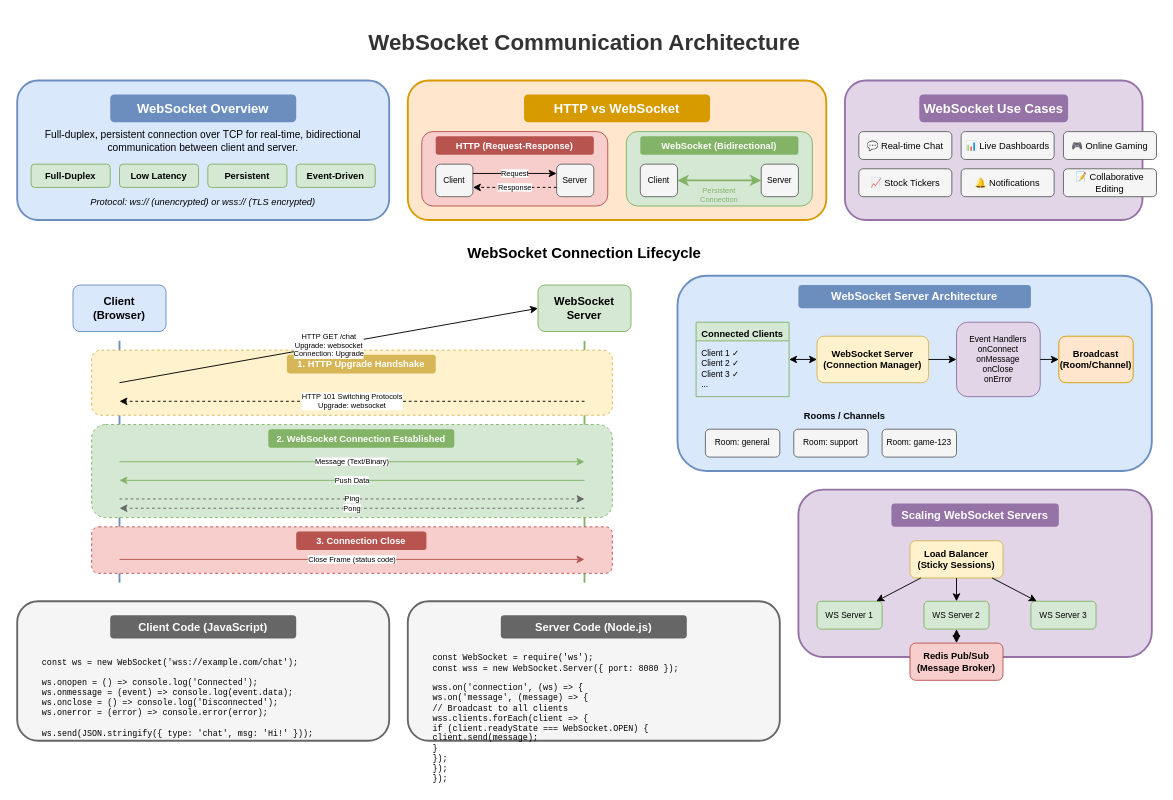
The draw.io diagram lesson-01-software-design-architecture/diagrams/4.4-websocket-flow.drawio in MrParkerZ7/document-lesson-software-architect-x-claude, before the edit. Source tidied: cells renumbered, new cells numbered last; positions are measured from the earlier drawing's top-left corner, leaving out a move shared by most shapes. Both pictures are drawn from the tidied source at 93%, with x=0, y=0 at pixel (17, 24).
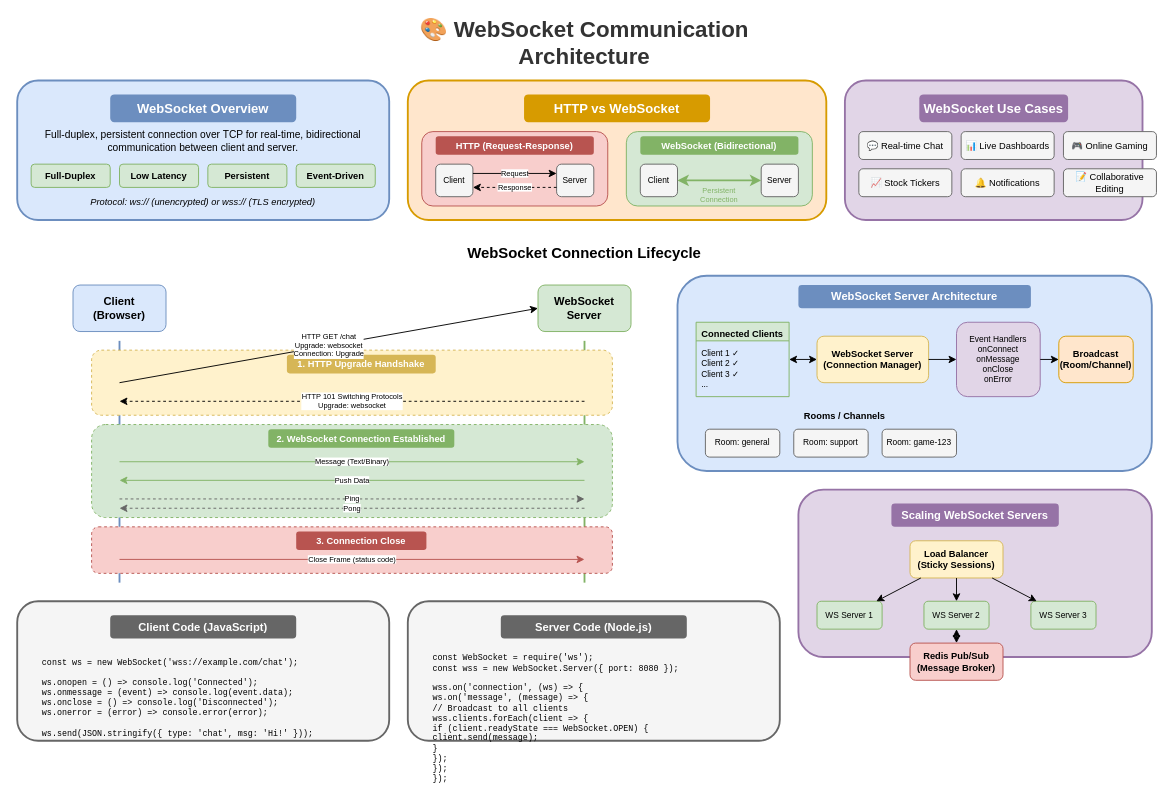
The same page after the edit.

Diff of the diagram source:
```diff
@@
-    <mxCell id="2" value="WebSocket Communication Architecture" style="text;html=1;strokeColor=none;fillColor=none;align=center;verticalAlign=middle;whiteSpace=wrap;rounded=0;fontSize=24;fontStyle=1;fontColor=#333333;" parent="1" vertex="1">
+    <mxCell id="2" value="🎨 WebSocket Communication Architecture" style="text;html=1;strokeColor=none;fillColor=none;align=center;verticalAlign=middle;whiteSpace=wrap;rounded=0;fontSize=24;fontStyle=1;fontColor=#333333;" parent="1" vertex="1">
       <mxGeometry x="360" width="500" height="40" as="geometry" />
     </mxCell>
```
